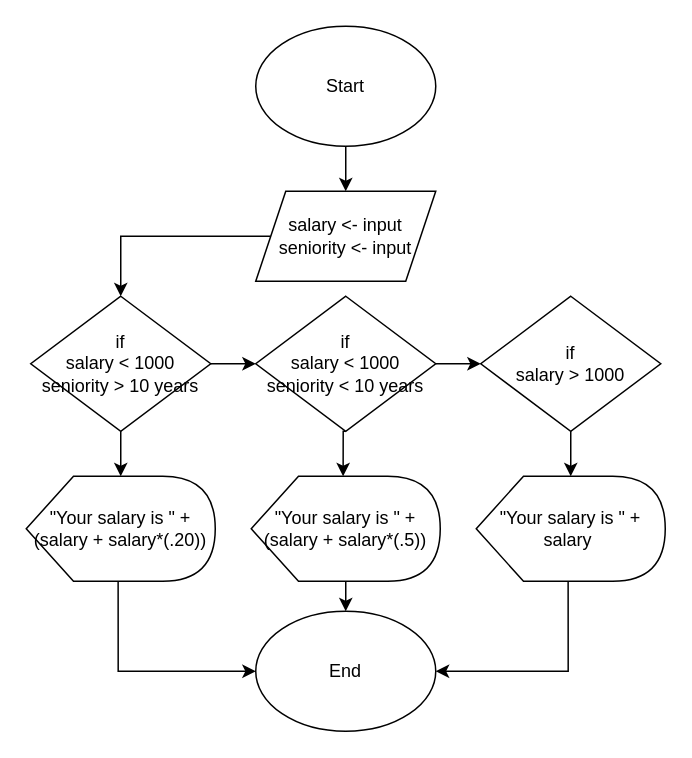
This is 1st_year/1st_term/programming/2nd_week/Exercise_6.drawio from AGPFVEN/uc3m, a draw.io file, before an edit. Source tidied: cells renumbered, new cells numbered last; positions are measured from the earlier drawing's top-left corner, leaving out a move shared by most shapes. Both pictures are drawn from the tidied source at 150%, with x=0, y=0 at pixel (26, 26).
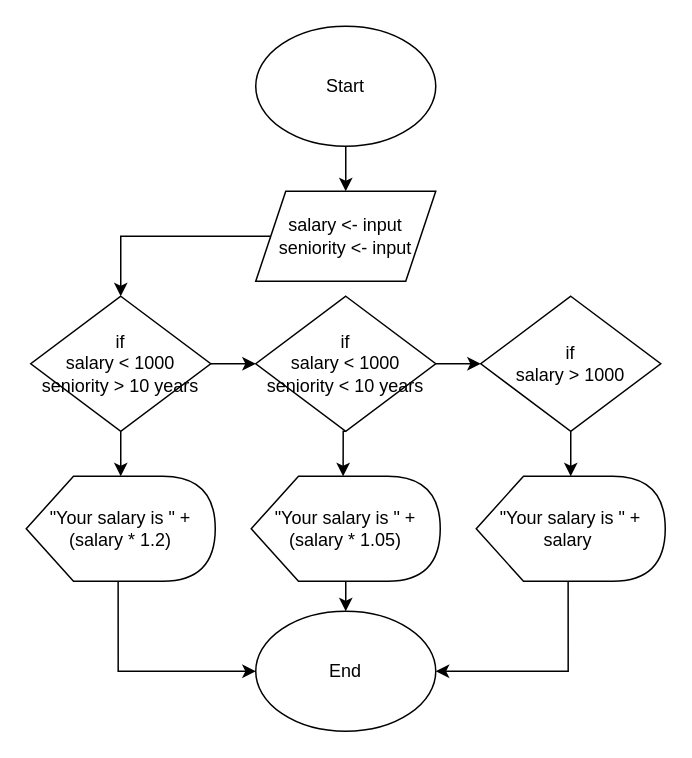
Above is the later version.

Commit message (it also covers changes not shown here):
perfect diagram 6

Diff of the diagram source:
```diff
@@
-    <mxCell id="16" value="&quot;Your salary is &quot; + (salary + salary*(.20))" style="shape=display;whiteSpace=wrap;html=1;" parent="1" vertex="1">
+    <mxCell id="16" value="&quot;Your salary is &quot; + (salary * 1.2)" style="shape=display;whiteSpace=wrap;html=1;" parent="1" vertex="1">
       <mxGeometry y="300" width="126" height="70" as="geometry" />
     </mxCell>
@@
-    <mxCell id="20" value="&quot;Your salary is &quot; + (salary + salary*(.5))" style="shape=display;whiteSpace=wrap;html=1;" parent="1" vertex="1">
+    <mxCell id="20" value="&quot;Your salary is &quot; + (salary * 1.05)" style="shape=display;whiteSpace=wrap;html=1;" parent="1" vertex="1">
       <mxGeometry x="150" y="300" width="126" height="70" as="geometry" />
     </mxCell>
```
